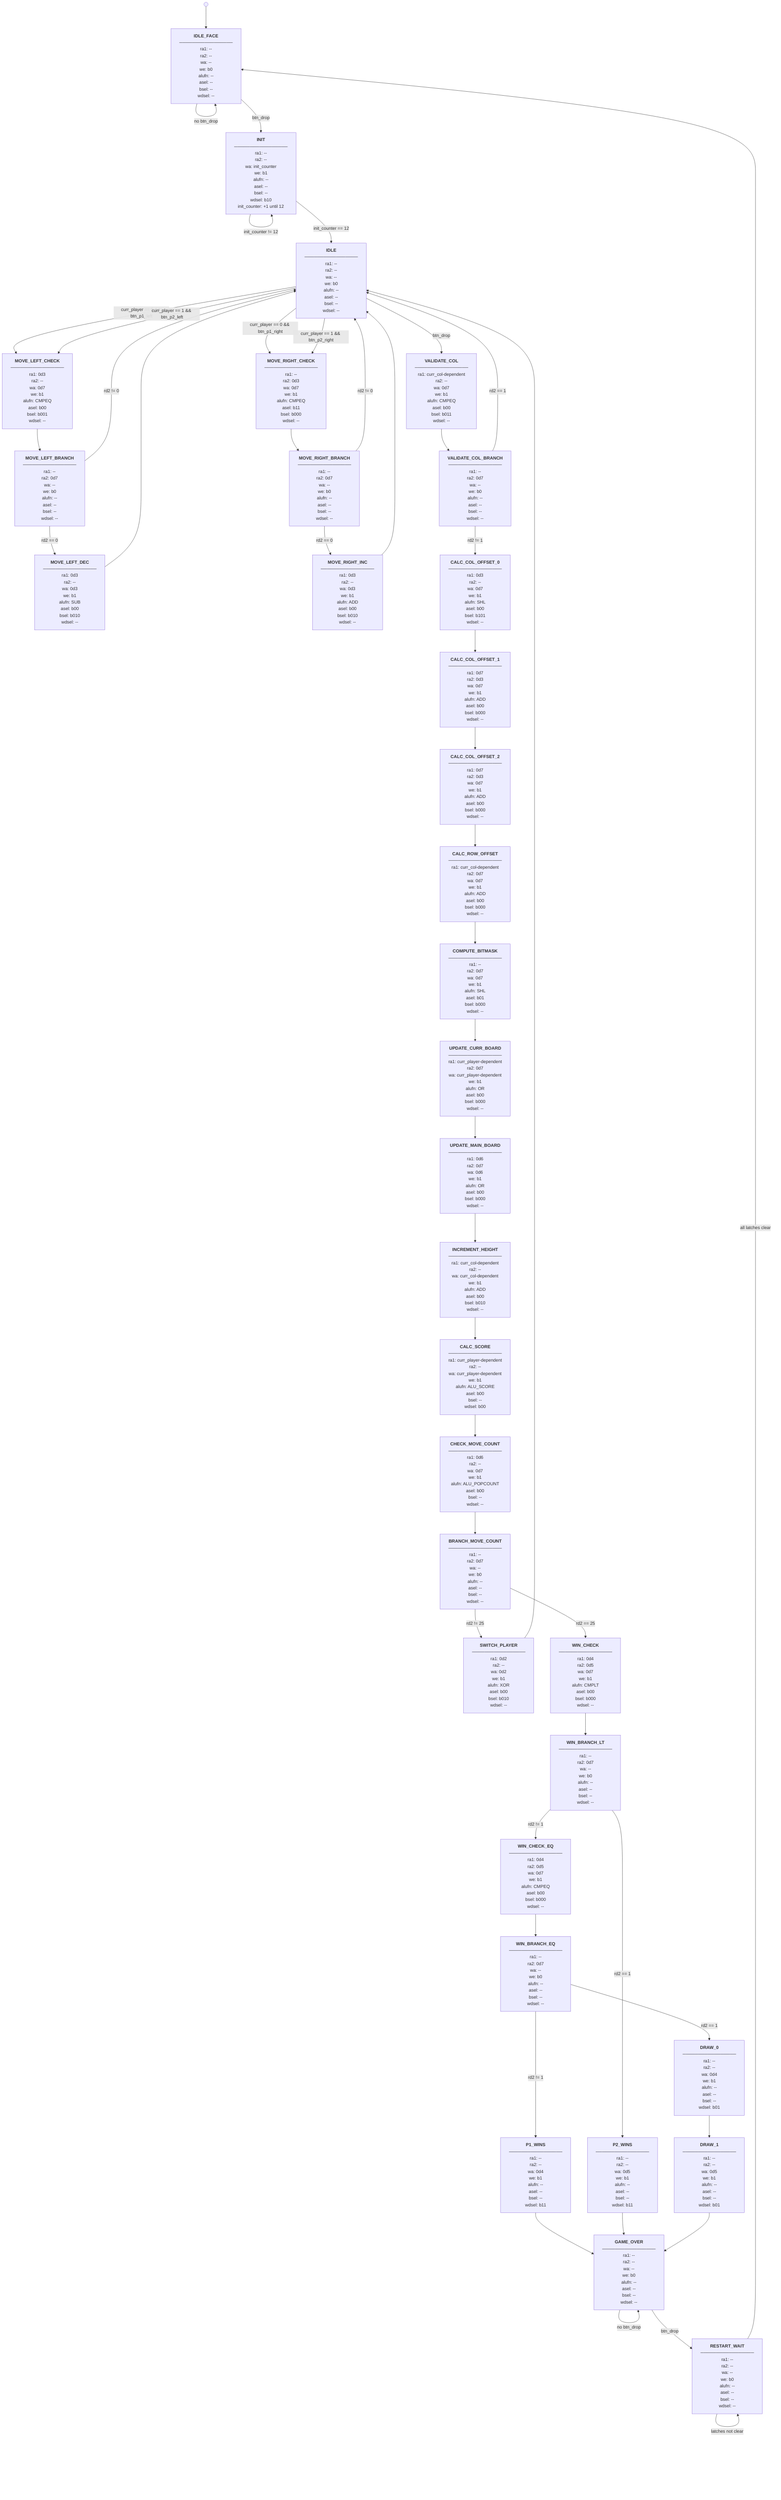
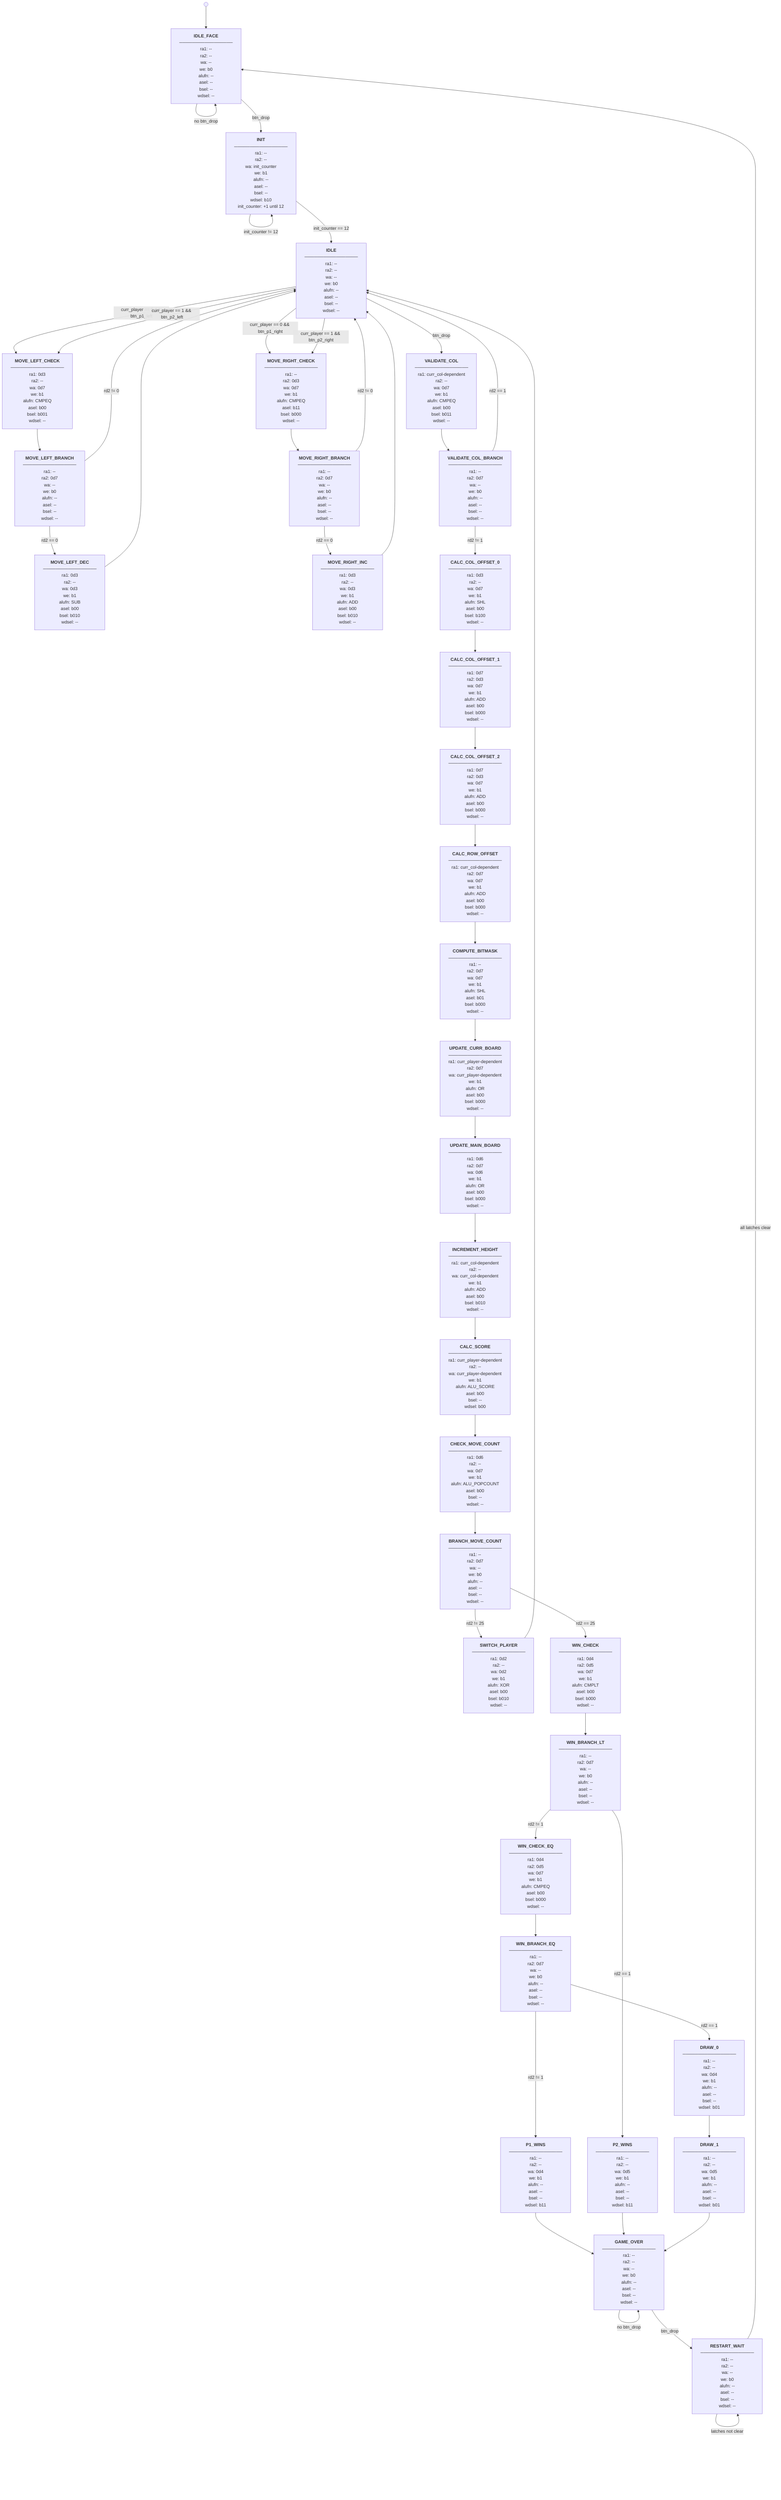
%%{init: {'flowchart': {'nodeSpacing': 60, 'rankSpacing': 80}}}%%
flowchart TD

  START(( )) --> IDLE_FACE

  IDLE_FACE["<b>IDLE_FACE</b>
  ─────────────────
  ra1: --
  ra2: --
  wa: --
  we: b0
  alufn: --
  asel: --
  bsel: --
  wdsel: --"]

  INIT["<b>INIT</b>
  ─────────────────
  ra1: --
  ra2: --
  wa: init_counter
  we: b1
  alufn: --
  asel: --
  bsel: --
  wdsel: b10
  init_counter: +1 until 12"]

  IDLE["<b>IDLE</b>
  ─────────────────
  ra1: --
  ra2: --
  wa: --
  we: b0
  alufn: --
  asel: --
  bsel: --
  wdsel: --"]

  MOVE_LEFT_CHECK["<b>MOVE_LEFT_CHECK</b>
  ─────────────────
  ra1: 0d3
  ra2: --
  wa: 0d7
  we: b1
  alufn: CMPEQ
  asel: b00
  bsel: b001
  wdsel: --"]

  MOVE_LEFT_BRANCH["<b>MOVE_LEFT_BRANCH</b>
  ─────────────────
  ra1: --
  ra2: 0d7
  wa: --
  we: b0
  alufn: --
  asel: --
  bsel: --
  wdsel: --"]

  MOVE_LEFT_DEC["<b>MOVE_LEFT_DEC</b>
  ─────────────────
  ra1: 0d3
  ra2: --
  wa: 0d3
  we: b1
  alufn: SUB
  asel: b00
  bsel: b010
  wdsel: --"]

  MOVE_RIGHT_CHECK["<b>MOVE_RIGHT_CHECK</b>
  ─────────────────
  ra1: --
  ra2: 0d3
  wa: 0d7
  we: b1
  alufn: CMPEQ
  asel: b11
  bsel: b000
  wdsel: --"]

  MOVE_RIGHT_BRANCH["<b>MOVE_RIGHT_BRANCH</b>
  ─────────────────
  ra1: --
  ra2: 0d7
  wa: --
  we: b0
  alufn: --
  asel: --
  bsel: --
  wdsel: --"]

  MOVE_RIGHT_INC["<b>MOVE_RIGHT_INC</b>
  ─────────────────
  ra1: 0d3
  ra2: --
  wa: 0d3
  we: b1
  alufn: ADD
  asel: b00
  bsel: b010
  wdsel: --"]

  VALIDATE_COL["<b>VALIDATE_COL</b>
  ─────────────────
  ra1: curr_col-dependent
  ra2: --
  wa: 0d7
  we: b1
  alufn: CMPEQ
  asel: b00
  bsel: b011
  wdsel: --"]

  VALIDATE_COL_BRANCH["<b>VALIDATE_COL_BRANCH</b>
  ─────────────────
  ra1: --
  ra2: 0d7
  wa: --
  we: b0
  alufn: --
  asel: --
  bsel: --
  wdsel: --"]

  CALC_COL_OFFSET_0["<b>CALC_COL_OFFSET_0</b>
  ─────────────────
  ra1: 0d3
  ra2: --
  wa: 0d7
  we: b1
  alufn: SHL
  asel: b00
-   bsel: b101
+   bsel: b100
  wdsel: --"]

  CALC_COL_OFFSET_1["<b>CALC_COL_OFFSET_1</b>
  ─────────────────
  ra1: 0d7
  ra2: 0d3
  wa: 0d7
  we: b1
  alufn: ADD
  asel: b00
  bsel: b000
  wdsel: --"]

  CALC_COL_OFFSET_2["<b>CALC_COL_OFFSET_2</b>
  ─────────────────
  ra1: 0d7
  ra2: 0d3
  wa: 0d7
  we: b1
  alufn: ADD
  asel: b00
  bsel: b000
  wdsel: --"]

  CALC_ROW_OFFSET["<b>CALC_ROW_OFFSET</b>
  ─────────────────
  ra1: curr_col-dependent
  ra2: 0d7
  wa: 0d7
  we: b1
  alufn: ADD
  asel: b00
  bsel: b000
  wdsel: --"]

  COMPUTE_BITMASK["<b>COMPUTE_BITMASK</b>
  ─────────────────
  ra1: --
  ra2: 0d7
  wa: 0d7
  we: b1
  alufn: SHL
  asel: b01
  bsel: b000
  wdsel: --"]

  UPDATE_CURR_BOARD["<b>UPDATE_CURR_BOARD</b>
  ─────────────────
  ra1: curr_player-dependent
  ra2: 0d7
  wa: curr_player-dependent
  we: b1
  alufn: OR
  asel: b00
  bsel: b000
  wdsel: --"]

  UPDATE_MAIN_BOARD["<b>UPDATE_MAIN_BOARD</b>
  ─────────────────
  ra1: 0d6
  ra2: 0d7
  wa: 0d6
  we: b1
  alufn: OR
  asel: b00
  bsel: b000
  wdsel: --"]

  INCREMENT_HEIGHT["<b>INCREMENT_HEIGHT</b>
  ─────────────────
  ra1: curr_col-dependent
  ra2: --
  wa: curr_col-dependent
  we: b1
  alufn: ADD
  asel: b00
  bsel: b010
  wdsel: --"]

  CALC_SCORE["<b>CALC_SCORE</b>
  ─────────────────
  ra1: curr_player-dependent
  ra2: --
  wa: curr_player-dependent
  we: b1
  alufn: ALU_SCORE
  asel: b00
  bsel: --
  wdsel: b00"]

  CHECK_MOVE_COUNT["<b>CHECK_MOVE_COUNT</b>
  ─────────────────
  ra1: 0d6
  ra2: --
  wa: 0d7
  we: b1
  alufn: ALU_POPCOUNT
  asel: b00
  bsel: --
  wdsel: --"]

  BRANCH_MOVE_COUNT["<b>BRANCH_MOVE_COUNT</b>
  ─────────────────
  ra1: --
  ra2: 0d7
  wa: --
  we: b0
  alufn: --
  asel: --
  bsel: --
  wdsel: --"]

  SWITCH_PLAYER["<b>SWITCH_PLAYER</b>
  ─────────────────
  ra1: 0d2
  ra2: --
  wa: 0d2
  we: b1
  alufn: XOR
  asel: b00
  bsel: b010
  wdsel: --"]

  WIN_CHECK["<b>WIN_CHECK</b>
  ─────────────────
  ra1: 0d4
  ra2: 0d5
  wa: 0d7
  we: b1
  alufn: CMPLT
  asel: b00
  bsel: b000
  wdsel: --"]

  WIN_BRANCH_LT["<b>WIN_BRANCH_LT</b>
  ─────────────────
  ra1: --
  ra2: 0d7
  wa: --
  we: b0
  alufn: --
  asel: --
  bsel: --
  wdsel: --"]

  WIN_CHECK_EQ["<b>WIN_CHECK_EQ</b>
  ─────────────────
  ra1: 0d4
  ra2: 0d5
  wa: 0d7
  we: b1
  alufn: CMPEQ
  asel: b00
  bsel: b000
  wdsel: --"]

  WIN_BRANCH_EQ["<b>WIN_BRANCH_EQ</b>
  ─────────────────
  ra1: --
  ra2: 0d7
  wa: --
  we: b0
  alufn: --
  asel: --
  bsel: --
  wdsel: --"]

  P1_WINS["<b>P1_WINS</b>
  ─────────────────
  ra1: --
  ra2: --
  wa: 0d4
  we: b1
  alufn: --
  asel: --
  bsel: --
  wdsel: b11"]

  P2_WINS["<b>P2_WINS</b>
  ─────────────────
  ra1: --
  ra2: --
  wa: 0d5
  we: b1
  alufn: --
  asel: --
  bsel: --
  wdsel: b11"]

  DRAW_0["<b>DRAW_0</b>
  ─────────────────
  ra1: --
  ra2: --
  wa: 0d4
  we: b1
  alufn: --
  asel: --
  bsel: --
  wdsel: b01"]

  DRAW_1["<b>DRAW_1</b>
  ─────────────────
  ra1: --
  ra2: --
  wa: 0d5
  we: b1
  alufn: --
  asel: --
  bsel: --
  wdsel: b01"]

  GAME_OVER["<b>GAME_OVER</b>
  ─────────────────
  ra1: --
  ra2: --
  wa: --
  we: b0
  alufn: --
  asel: --
  bsel: --
  wdsel: --"]

  RESTART_WAIT["<b>RESTART_WAIT</b>
  ─────────────────
  ra1: --
  ra2: --
  wa: --
  we: b0
  alufn: --
  asel: --
  bsel: --
  wdsel: --"]

  IDLE_FACE -->|btn_drop| INIT
  IDLE_FACE -->|no btn_drop| IDLE_FACE

  INIT -->|init_counter == 12| IDLE
  INIT -->|init_counter != 12| INIT

  IDLE -->|curr_player == 0 && btn_p1_left| MOVE_LEFT_CHECK
  IDLE -->|curr_player == 0 && btn_p1_right| MOVE_RIGHT_CHECK
  IDLE -->|curr_player == 1 && btn_p2_left| MOVE_LEFT_CHECK
  IDLE -->|curr_player == 1 && btn_p2_right| MOVE_RIGHT_CHECK
  IDLE -->|btn_drop| VALIDATE_COL

  MOVE_LEFT_CHECK --> MOVE_LEFT_BRANCH
  MOVE_LEFT_BRANCH -->|rd2 == 0| MOVE_LEFT_DEC
  MOVE_LEFT_BRANCH -->|rd2 != 0| IDLE
  MOVE_LEFT_DEC --> IDLE

  MOVE_RIGHT_CHECK --> MOVE_RIGHT_BRANCH
  MOVE_RIGHT_BRANCH -->|rd2 == 0| MOVE_RIGHT_INC
  MOVE_RIGHT_BRANCH -->|rd2 != 0| IDLE
  MOVE_RIGHT_INC --> IDLE

  VALIDATE_COL --> VALIDATE_COL_BRANCH
  VALIDATE_COL_BRANCH -->|rd2 == 1| IDLE
  VALIDATE_COL_BRANCH -->|rd2 != 1| CALC_COL_OFFSET_0

  CALC_COL_OFFSET_0 --> CALC_COL_OFFSET_1
  CALC_COL_OFFSET_1 --> CALC_COL_OFFSET_2
  CALC_COL_OFFSET_2 --> CALC_ROW_OFFSET
  CALC_ROW_OFFSET --> COMPUTE_BITMASK
  COMPUTE_BITMASK --> UPDATE_CURR_BOARD
  UPDATE_CURR_BOARD --> UPDATE_MAIN_BOARD
  UPDATE_MAIN_BOARD --> INCREMENT_HEIGHT
  INCREMENT_HEIGHT --> CALC_SCORE
  CALC_SCORE --> CHECK_MOVE_COUNT
  CHECK_MOVE_COUNT --> BRANCH_MOVE_COUNT

  BRANCH_MOVE_COUNT -->|rd2 == 25| WIN_CHECK
  BRANCH_MOVE_COUNT -->|rd2 != 25| SWITCH_PLAYER
  SWITCH_PLAYER --> IDLE

  WIN_CHECK --> WIN_BRANCH_LT
  WIN_BRANCH_LT -->|rd2 == 1| P2_WINS
  WIN_BRANCH_LT -->|rd2 != 1| WIN_CHECK_EQ
  WIN_CHECK_EQ --> WIN_BRANCH_EQ
  WIN_BRANCH_EQ -->|rd2 == 1| DRAW_0
  WIN_BRANCH_EQ -->|rd2 != 1| P1_WINS

  P1_WINS --> GAME_OVER
  P2_WINS --> GAME_OVER
  DRAW_0 --> DRAW_1
  DRAW_1 --> GAME_OVER

  GAME_OVER -->|btn_drop| RESTART_WAIT
  GAME_OVER -->|no btn_drop| GAME_OVER

  RESTART_WAIT -->|all latches clear| IDLE_FACE
  RESTART_WAIT -->|latches not clear| RESTART_WAIT
